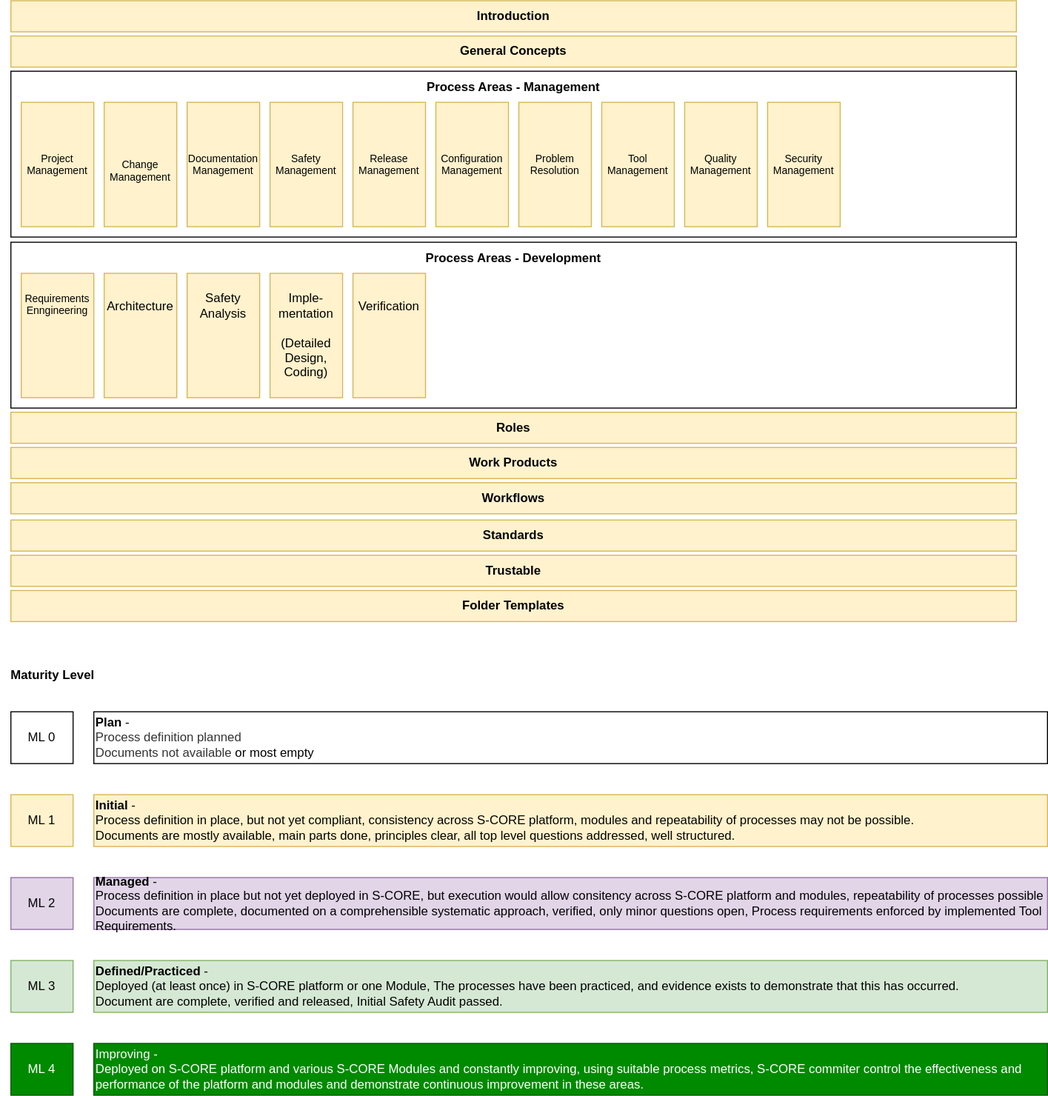
The draw.io diagram pr-404/_images/score_process_area_overview.drawio.svg in eclipse-score/process_description, before a commit. Source tidied: cells renumbered, new cells last; positions are measured from the earlier drawing's top-left corner, leaving out a move shared by most shapes.
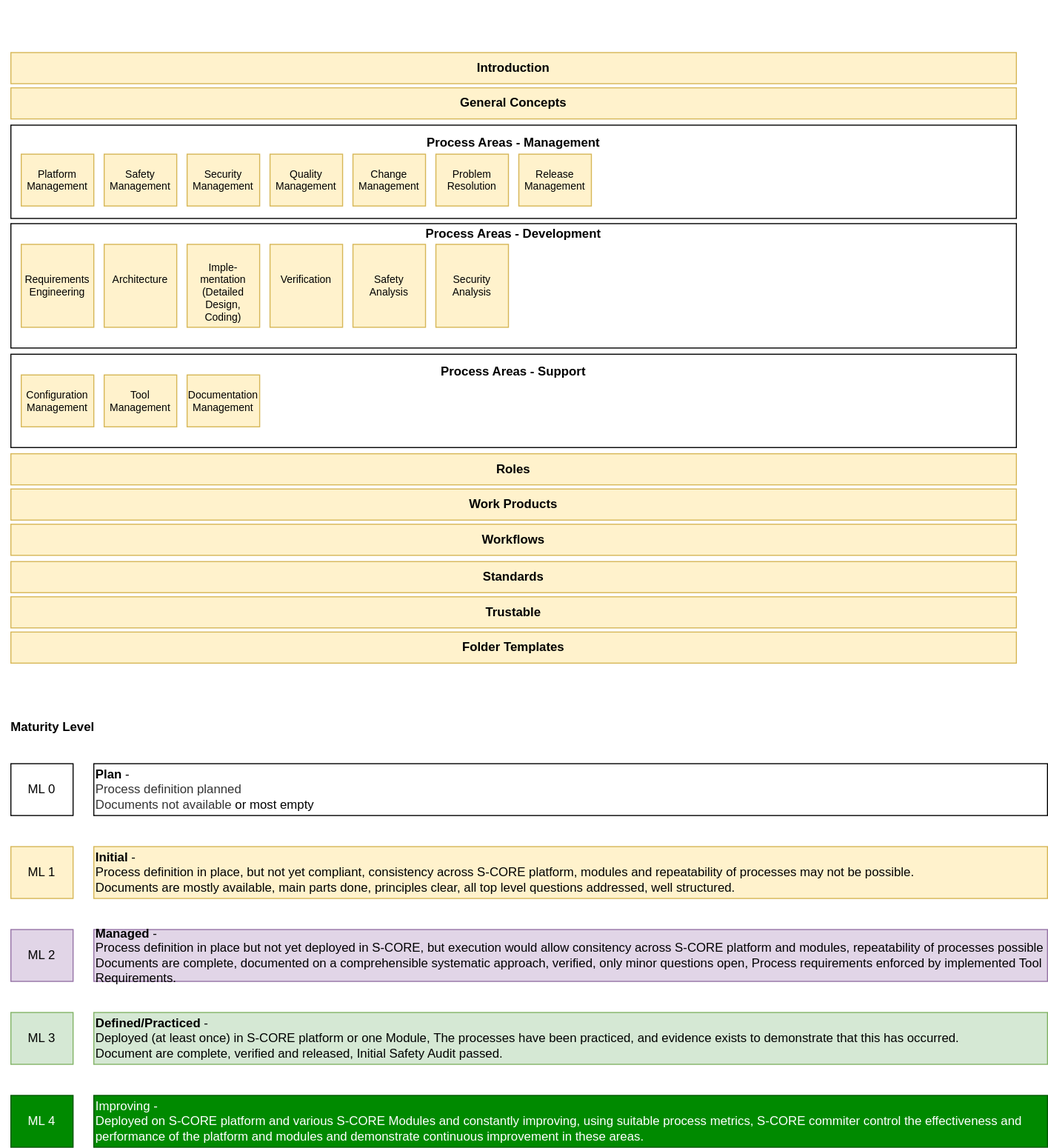
After the commit.

The edit, as a diff of the source:
```diff
@@ -2,44 +2,47 @@
   <root>
     <mxCell id="0" />
     <mxCell id="1" parent="0" />
+    <mxCell id="38" value="&lt;b&gt;&lt;br&gt;&lt;br&gt;&lt;br&gt;&lt;br&gt;&lt;br&gt;&lt;br&gt;&lt;br&gt;Process Areas - Support&lt;br&gt;&lt;br&gt;&lt;br&gt;&lt;br&gt;&lt;br&gt;&lt;br&gt;&lt;br&gt;&lt;br&gt;&lt;br&gt;&lt;br&gt;&lt;br&gt;&amp;nbsp;&lt;/b&gt;" style="rounded=0;whiteSpace=wrap;html=1;" parent="1" vertex="1">
+      <mxGeometry x="10" y="291" width="970" height="90" as="geometry" />
+    </mxCell>
-    <mxCell id="2" value="&lt;b&gt;&lt;br&gt;&lt;br&gt;Process Areas - Development&lt;br&gt;&lt;br&gt;&lt;br&gt;&lt;br&gt;&lt;br&gt;&lt;br&gt;&lt;br&gt;&lt;br&gt;&lt;br&gt;&lt;br&gt;&lt;br&gt;&amp;nbsp;&lt;/b&gt;" style="rounded=0;whiteSpace=wrap;html=1;" parent="1" vertex="1">
-      <mxGeometry x="10" y="233" width="970" height="160" as="geometry" />
+    <mxCell id="2" value="&lt;b&gt;&lt;br&gt;&lt;br&gt;&lt;br&gt;&lt;br&gt;Process Areas - Development&lt;br&gt;&lt;br&gt;&lt;br&gt;&lt;br&gt;&lt;br&gt;&lt;br&gt;&lt;br&gt;&lt;br&gt;&lt;br&gt;&lt;br&gt;&lt;br&gt;&amp;nbsp;&lt;/b&gt;" style="rounded=0;whiteSpace=wrap;html=1;" parent="1" vertex="1">
+      <mxGeometry x="10" y="165" width="970" height="120" as="geometry" />
     </mxCell>
     <mxCell id="3" value="&lt;span style=&quot;&quot;&gt;Introduction&lt;/span&gt;" style="rounded=0;whiteSpace=wrap;html=1;fontStyle=1;fillColor=#fff2cc;strokeColor=#d6b656;" parent="1" vertex="1">
       <mxGeometry x="10" width="970" height="30" as="geometry" />
     </mxCell>
-    <mxCell id="4" value="&lt;b&gt;&lt;br&gt;&lt;br&gt;Process Areas - Management&lt;br&gt;&lt;br&gt;&lt;br&gt;&lt;br&gt;&lt;br&gt;&lt;br&gt;&lt;br&gt;&lt;br&gt;&lt;br&gt;&lt;br&gt;&lt;br&gt;&amp;nbsp;&lt;/b&gt;" style="rounded=0;whiteSpace=wrap;html=1;" parent="1" vertex="1">
-      <mxGeometry x="10" y="68" width="970" height="160" as="geometry" />
+    <mxCell id="4" value="&lt;b&gt;&lt;br&gt;&lt;br&gt;&lt;br&gt;&lt;br&gt;&lt;br&gt;&lt;br&gt;&lt;br&gt;&lt;br&gt;&lt;br&gt;Process Areas - Management&lt;br&gt;&lt;br&gt;&lt;br&gt;&lt;br&gt;&lt;br&gt;&lt;br&gt;&lt;br&gt;&lt;br&gt;&lt;br&gt;&lt;br&gt;&lt;br&gt;&lt;br&gt;&lt;br&gt;&amp;nbsp;&lt;/b&gt;" style="rounded=0;whiteSpace=wrap;html=1;" parent="1" vertex="1">
+      <mxGeometry x="10" y="70" width="970" height="90" as="geometry" />
     </mxCell>
-    <mxCell id="5" value="Requirements&lt;br style=&quot;font-size: 10px;&quot;&gt;Enngineering&lt;br style=&quot;font-size: 10px;&quot;&gt;&lt;br&gt;&lt;br&gt;&lt;br style=&quot;font-size: 10px;&quot;&gt;&lt;br style=&quot;font-size: 10px;&quot;&gt;&lt;br style=&quot;font-size: 10px;&quot;&gt;" style="rounded=0;whiteSpace=wrap;html=1;fillColor=#fff2cc;strokeColor=#d6b656;fontSize=10;" parent="1" vertex="1">
-      <mxGeometry x="20" y="263" width="70" height="120" as="geometry" />
+    <mxCell id="5" value="Requirements&lt;br style=&quot;font-size: 10px;&quot;&gt;Engineering" style="rounded=0;whiteSpace=wrap;html=1;fillColor=#fff2cc;strokeColor=#d6b656;fontSize=10;verticalAlign=middle;" parent="1" vertex="1">
+      <mxGeometry x="20" y="185" width="70" height="80" as="geometry" />
     </mxCell>
-    <mxCell id="6" value="Safety&lt;br style=&quot;font-size: 10px;&quot;&gt;Management" style="rounded=0;whiteSpace=wrap;html=1;fillColor=#fff2cc;strokeColor=#d6b656;fontSize=10;" parent="1" vertex="1">
-      <mxGeometry x="260" y="98" width="70" height="120" as="geometry" />
+    <mxCell id="6" value="Safety&lt;br style=&quot;font-size: 10px;&quot;&gt;Management" style="rounded=0;whiteSpace=wrap;html=1;fillColor=#fff2cc;strokeColor=#d6b656;fontSize=10;verticalAlign=middle;" parent="1" vertex="1">
+      <mxGeometry x="100" y="98" width="70" height="50" as="geometry" />
     </mxCell>
-    <mxCell id="7" value="&lt;br style=&quot;font-size: 10px;&quot;&gt;&lt;br style=&quot;font-size: 10px;&quot;&gt;Change Management&lt;br&gt;&lt;br&gt;" style="rounded=0;whiteSpace=wrap;html=1;fillColor=#fff2cc;strokeColor=#d6b656;fontSize=10;" parent="1" vertex="1">
-      <mxGeometry x="100" y="98" width="70" height="120" as="geometry" />
+    <mxCell id="7" value="Change Management&lt;br&gt;" style="rounded=0;whiteSpace=wrap;html=1;fillColor=#fff2cc;strokeColor=#d6b656;fontSize=10;verticalAlign=middle;" parent="1" vertex="1">
+      <mxGeometry x="340" y="98" width="70" height="50" as="geometry" />
     </mxCell>
     <mxCell id="8" value="Documentation&lt;br style=&quot;font-size: 10px;&quot;&gt;Management" style="rounded=0;whiteSpace=wrap;html=1;fillColor=#fff2cc;strokeColor=#d6b656;fontSize=10;" parent="1" vertex="1">
-      <mxGeometry x="180" y="98" width="70" height="120" as="geometry" />
+      <mxGeometry x="180" y="311" width="70" height="50" as="geometry" />
     </mxCell>
     <mxCell id="9" value="&lt;span style=&quot;&quot;&gt;General Concepts&lt;/span&gt;" style="rounded=0;whiteSpace=wrap;html=1;fontStyle=1;fillColor=#fff2cc;strokeColor=#d6b656;" parent="1" vertex="1">
       <mxGeometry x="10" y="34" width="970" height="30" as="geometry" />
     </mxCell>
     <mxCell id="10" value="&lt;span style=&quot;&quot;&gt;Standards&lt;/span&gt;" style="rounded=0;whiteSpace=wrap;html=1;fontStyle=1;fillColor=#fff2cc;strokeColor=#d6b656;" parent="1" vertex="1">
-      <mxGeometry x="10" y="501" width="970" height="30" as="geometry" />
+      <mxGeometry x="10" y="491" width="970" height="30" as="geometry" />
     </mxCell>
     <mxCell id="11" value="&lt;span style=&quot;&quot;&gt;Roles&lt;/span&gt;" style="rounded=0;whiteSpace=wrap;html=1;fontStyle=1;fillColor=#fff2cc;strokeColor=#d6b656;" parent="1" vertex="1">
-      <mxGeometry x="10" y="397" width="970" height="30" as="geometry" />
+      <mxGeometry x="10" y="387" width="970" height="30" as="geometry" />
     </mxCell>
-    <mxCell id="12" value="&lt;br&gt;Architecture&lt;br&gt;&lt;br&gt;&lt;br&gt;&lt;br&gt;&lt;br&gt;&lt;br&gt;" style="rounded=0;whiteSpace=wrap;html=1;fillColor=#fff2cc;strokeColor=#d6b656;" parent="1" vertex="1">
-      <mxGeometry x="100" y="263" width="70" height="120" as="geometry" />
+    <mxCell id="12" value="&lt;br style=&quot;font-size: 10px;&quot;&gt;&lt;br style=&quot;font-size: 10px;&quot;&gt;Architecture&lt;br style=&quot;font-size: 10px;&quot;&gt;&lt;br style=&quot;font-size: 10px;&quot;&gt;&lt;br style=&quot;font-size: 10px;&quot;&gt;&lt;br style=&quot;font-size: 10px;&quot;&gt;" style="rounded=0;whiteSpace=wrap;html=1;fillColor=#fff2cc;strokeColor=#d6b656;verticalAlign=middle;fontSize=10;" parent="1" vertex="1">
+      <mxGeometry x="100" y="185" width="70" height="80" as="geometry" />
     </mxCell>
-    <mxCell id="13" value="Imple-mentation&lt;br&gt;&lt;br&gt;(Detailed Design, &lt;br&gt;Coding)" style="rounded=0;whiteSpace=wrap;html=1;fillColor=#fff2cc;strokeColor=#d6b656;" parent="1" vertex="1">
-      <mxGeometry x="260" y="263" width="70" height="120" as="geometry" />
+    <mxCell id="13" value="&lt;font style=&quot;font-size: 10px;&quot;&gt;&lt;font style=&quot;font-size: 10px;&quot;&gt;&lt;br style=&quot;font-size: 10px;&quot;&gt;Imple-mentation&lt;/font&gt;&lt;br style=&quot;font-size: 10px;&quot;&gt;&lt;span style=&quot;font-size: 10px;&quot;&gt;(Detailed Design, &lt;/span&gt;&lt;br style=&quot;font-size: 10px;&quot;&gt;&lt;span style=&quot;font-size: 10px;&quot;&gt;Coding)&lt;/span&gt;&lt;/font&gt;" style="rounded=0;whiteSpace=wrap;html=1;fillColor=#fff2cc;strokeColor=#d6b656;fontSize=10;" parent="1" vertex="1">
+      <mxGeometry x="180" y="185" width="70" height="80" as="geometry" />
     </mxCell>
     <mxCell id="14" value="Problem Resolution" style="rounded=0;whiteSpace=wrap;html=1;fontSize=10;fillColor=#fff2cc;strokeColor=#d6b656;" parent="1" vertex="1">
-      <mxGeometry x="500" y="98" width="70" height="120" as="geometry" />
+      <mxGeometry x="420" y="98" width="70" height="50" as="geometry" />
     </mxCell>
     <mxCell id="15" value="ML 4" style="rounded=0;whiteSpace=wrap;html=1;fillColor=#008a00;strokeColor=#005700;fontColor=#ffffff;" parent="1" vertex="1">
       <mxGeometry x="10" y="1006" width="60" height="50" as="geometry" />
@@ -50,20 +53,20 @@
     <mxCell id="17" value="ML 1" style="rounded=0;whiteSpace=wrap;html=1;fillColor=#fff2cc;strokeColor=#d6b656;" parent="1" vertex="1">
       <mxGeometry x="10" y="766" width="60" height="50" as="geometry" />
     </mxCell>
-    <mxCell id="18" value="&lt;br&gt;&lt;br&gt;Verification&lt;br&gt;&lt;br&gt;&lt;br&gt;&lt;br&gt;&lt;br&gt;&lt;br&gt;&lt;br&gt;" style="rounded=0;whiteSpace=wrap;html=1;fillColor=#fff2cc;strokeColor=#d6b656;" parent="1" vertex="1">
-      <mxGeometry x="340" y="263" width="70" height="120" as="geometry" />
+    <mxCell id="18" value="Verification&lt;br style=&quot;font-size: 10px;&quot;&gt;&lt;br style=&quot;font-size: 10px;&quot;&gt;" style="rounded=0;whiteSpace=wrap;html=1;fillColor=#fff2cc;strokeColor=#d6b656;fontSize=10;" parent="1" vertex="1">
+      <mxGeometry x="260" y="185" width="70" height="80" as="geometry" />
     </mxCell>
-    <mxCell id="19" value="Configuration&lt;br style=&quot;font-size: 10px;&quot;&gt;Management" style="rounded=0;whiteSpace=wrap;html=1;fontSize=10;fillColor=#fff2cc;strokeColor=#d6b656;" parent="1" vertex="1">
-      <mxGeometry x="420" y="98" width="70" height="120" as="geometry" />
+    <mxCell id="19" value="Configuration&lt;br style=&quot;font-size: 10px;&quot;&gt;Management" style="rounded=0;whiteSpace=wrap;html=1;fontSize=10;fillColor=#fff2cc;strokeColor=#d6b656;verticalAlign=middle;" parent="1" vertex="1">
+      <mxGeometry x="20" y="311" width="70" height="50" as="geometry" />
     </mxCell>
     <mxCell id="20" value="Tool&lt;br style=&quot;font-size: 10px;&quot;&gt;Management" style="rounded=0;whiteSpace=wrap;html=1;fontSize=10;fillColor=#fff2cc;strokeColor=#d6b656;" parent="1" vertex="1">
-      <mxGeometry x="580" y="98" width="70" height="120" as="geometry" />
+      <mxGeometry x="100" y="311" width="70" height="50" as="geometry" />
     </mxCell>
-    <mxCell id="21" value="Quality&lt;br style=&quot;font-size: 10px;&quot;&gt;Management" style="rounded=0;whiteSpace=wrap;html=1;fontSize=10;fillColor=#fff2cc;strokeColor=#d6b656;" parent="1" vertex="1">
-      <mxGeometry x="660" y="98" width="70" height="120" as="geometry" />
+    <mxCell id="21" value="Quality&lt;br style=&quot;font-size: 10px;&quot;&gt;Management" style="rounded=0;whiteSpace=wrap;html=1;fontSize=10;fillColor=#fff2cc;strokeColor=#d6b656;verticalAlign=middle;" parent="1" vertex="1">
+      <mxGeometry x="260" y="98" width="70" height="50" as="geometry" />
     </mxCell>
-    <mxCell id="22" value="Project&lt;br style=&quot;font-size: 10px;&quot;&gt;Management" style="rounded=0;whiteSpace=wrap;html=1;fontSize=10;fillColor=#fff2cc;strokeColor=#d6b656;" parent="1" vertex="1">
-      <mxGeometry x="20" y="98" width="70" height="120" as="geometry" />
+    <mxCell id="22" value="Platform&lt;br style=&quot;font-size: 10px;&quot;&gt;Management" style="rounded=0;whiteSpace=wrap;html=1;fontSize=10;fillColor=#fff2cc;strokeColor=#d6b656;verticalAlign=middle;" parent="1" vertex="1">
+      <mxGeometry x="20" y="98" width="70" height="50" as="geometry" />
     </mxCell>
     <mxCell id="23" value="&lt;b&gt;Maturity Level&lt;/b&gt;" style="text;html=1;align=center;verticalAlign=middle;strokeColor=none;fillColor=none;" parent="1" vertex="1">
       <mxGeometry y="636" width="100" height="30" as="geometry" />
@@ -71,14 +74,14 @@
     <mxCell id="24" value="ML 0" style="rounded=0;whiteSpace=wrap;html=1;" parent="1" vertex="1">
       <mxGeometry x="10" y="686" width="60" height="50" as="geometry" />
     </mxCell>
-    <mxCell id="25" value="Safety&lt;br&gt;Analysis&lt;br&gt;&lt;br&gt;&lt;br&gt;&lt;br&gt;&lt;br&gt;" style="rounded=0;whiteSpace=wrap;html=1;fillColor=#fff2cc;strokeColor=#d6b656;" parent="1" vertex="1">
-      <mxGeometry x="180" y="263" width="70" height="120" as="geometry" />
+    <mxCell id="25" value="&lt;br style=&quot;font-size: 10px;&quot;&gt;Safety&lt;br style=&quot;font-size: 10px;&quot;&gt;Analysis&lt;br style=&quot;font-size: 10px;&quot;&gt;&lt;br style=&quot;font-size: 10px;&quot;&gt;" style="rounded=0;whiteSpace=wrap;html=1;fillColor=#fff2cc;strokeColor=#d6b656;fontSize=10;" parent="1" vertex="1">
+      <mxGeometry x="340" y="185" width="70" height="80" as="geometry" />
     </mxCell>
     <mxCell id="26" value="&lt;span style=&quot;&quot;&gt;Work Products&lt;/span&gt;" style="rounded=0;whiteSpace=wrap;html=1;fontStyle=1;fillColor=#fff2cc;strokeColor=#d6b656;" parent="1" vertex="1">
-      <mxGeometry x="10" y="431" width="970" height="30" as="geometry" />
+      <mxGeometry x="10" y="421" width="970" height="30" as="geometry" />
     </mxCell>
     <mxCell id="27" value="&lt;span style=&quot;&quot;&gt;Workflows&lt;/span&gt;" style="rounded=0;whiteSpace=wrap;html=1;fontStyle=1;fillColor=#fff2cc;strokeColor=#d6b656;" parent="1" vertex="1">
-      <mxGeometry x="10" y="465" width="970" height="30" as="geometry" />
+      <mxGeometry x="10" y="455" width="970" height="30" as="geometry" />
     </mxCell>
     <mxCell id="28" value="ML 3" style="rounded=0;whiteSpace=wrap;html=1;fillColor=#d5e8d4;strokeColor=#82b366;" parent="1" vertex="1">
       <mxGeometry x="10" y="926" width="60" height="50" as="geometry" />
@@ -99,16 +102,19 @@
       <mxGeometry x="90" y="1006" width="920" height="50" as="geometry" />
     </mxCell>
     <mxCell id="34" value="Release&lt;br style=&quot;font-size: 10px;&quot;&gt;Management" style="rounded=0;whiteSpace=wrap;html=1;fontSize=10;fillColor=#fff2cc;strokeColor=#d6b656;" parent="1" vertex="1">
-      <mxGeometry x="340" y="98" width="70" height="120" as="geometry" />
+      <mxGeometry x="500" y="98" width="70" height="50" as="geometry" />
     </mxCell>
     <mxCell id="35" value="&lt;span style=&quot;&quot;&gt;Trustable&lt;/span&gt;" style="rounded=0;whiteSpace=wrap;html=1;fontStyle=1;fillColor=#fff2cc;strokeColor=#d6b656;" parent="1" vertex="1">
-      <mxGeometry x="10" y="535" width="970" height="30" as="geometry" />
+      <mxGeometry x="10" y="525" width="970" height="30" as="geometry" />
     </mxCell>
     <mxCell id="36" value="&lt;span style=&quot;&quot;&gt;Folder Templates&lt;/span&gt;" style="rounded=0;whiteSpace=wrap;html=1;fontStyle=1;fillColor=#fff2cc;strokeColor=#d6b656;" parent="1" vertex="1">
-      <mxGeometry x="10" y="569" width="970" height="30" as="geometry" />
+      <mxGeometry x="10" y="559" width="970" height="30" as="geometry" />
     </mxCell>
-    <mxCell id="37" value="Security&lt;br style=&quot;font-size: 10px;&quot;&gt;Management" style="rounded=0;whiteSpace=wrap;html=1;fontSize=10;fillColor=#fff2cc;strokeColor=#d6b656;" parent="1" vertex="1">
-      <mxGeometry x="740" y="98" width="70" height="120" as="geometry" />
+    <mxCell id="37" value="Security&lt;br style=&quot;font-size: 10px;&quot;&gt;Management" style="rounded=0;whiteSpace=wrap;html=1;fontSize=10;fillColor=#fff2cc;strokeColor=#d6b656;verticalAlign=middle;" parent="1" vertex="1">
+      <mxGeometry x="180" y="98" width="70" height="50" as="geometry" />
     </mxCell>
+    <mxCell id="39" value="Security&lt;br style=&quot;font-size: 10px;&quot;&gt;Analysis" style="rounded=0;whiteSpace=wrap;html=1;fillColor=#fff2cc;strokeColor=#d6b656;fontSize=10;" parent="1" vertex="1">
+      <mxGeometry x="420" y="185" width="70" height="80" as="geometry" />
+    </mxCell>
   </root>
 </mxGraphModel>
```
